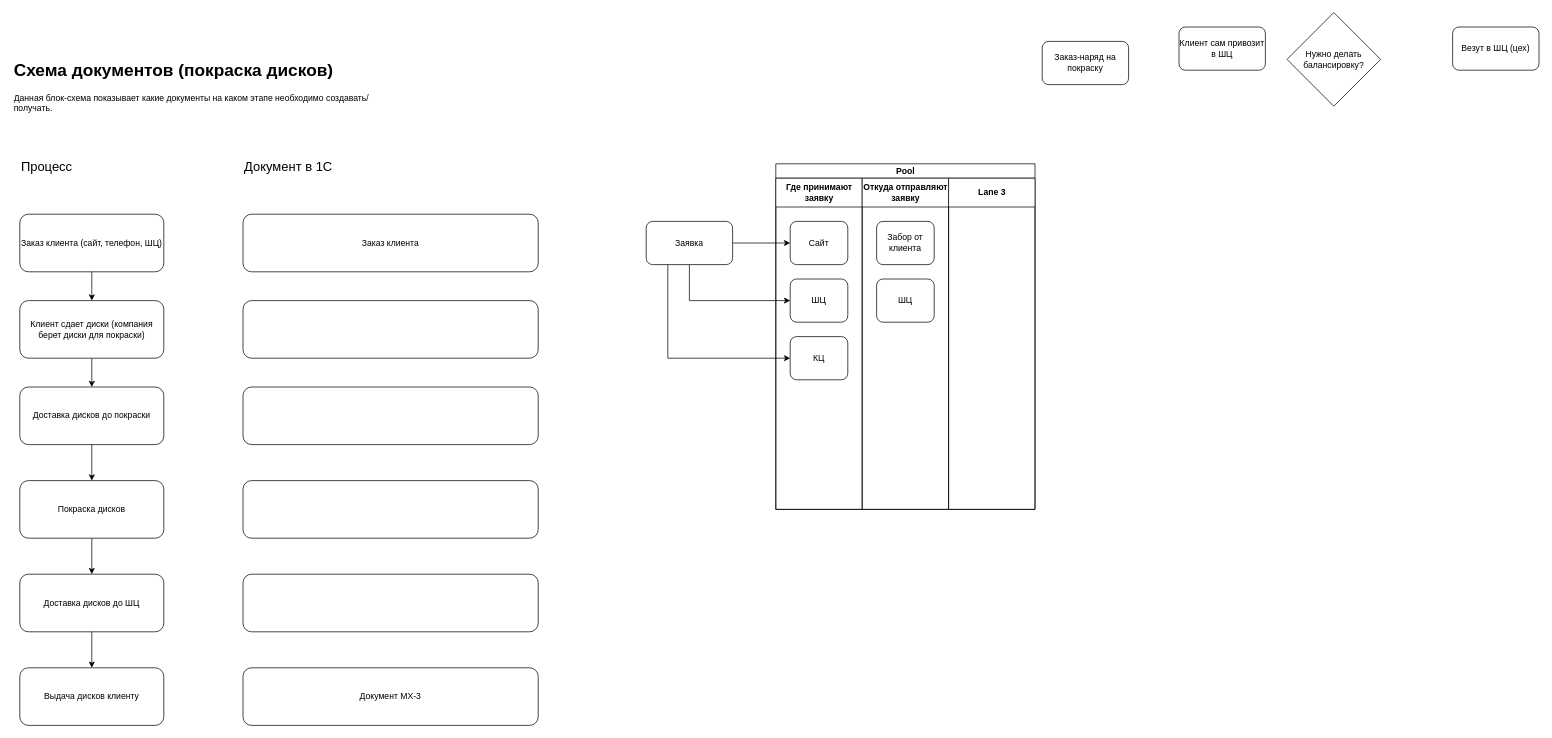
Above: Untitled Diagram.drawio in iLimberg/BlackTyres (draw.io), before the change. Source tidied: cells renumbered, new cells numbered last; positions are measured from the earlier drawing's top-left corner, leaving out a move shared by most shapes. Both pictures are drawn from the tidied source at 72%, with x=0, y=0 at pixel (12, 12).
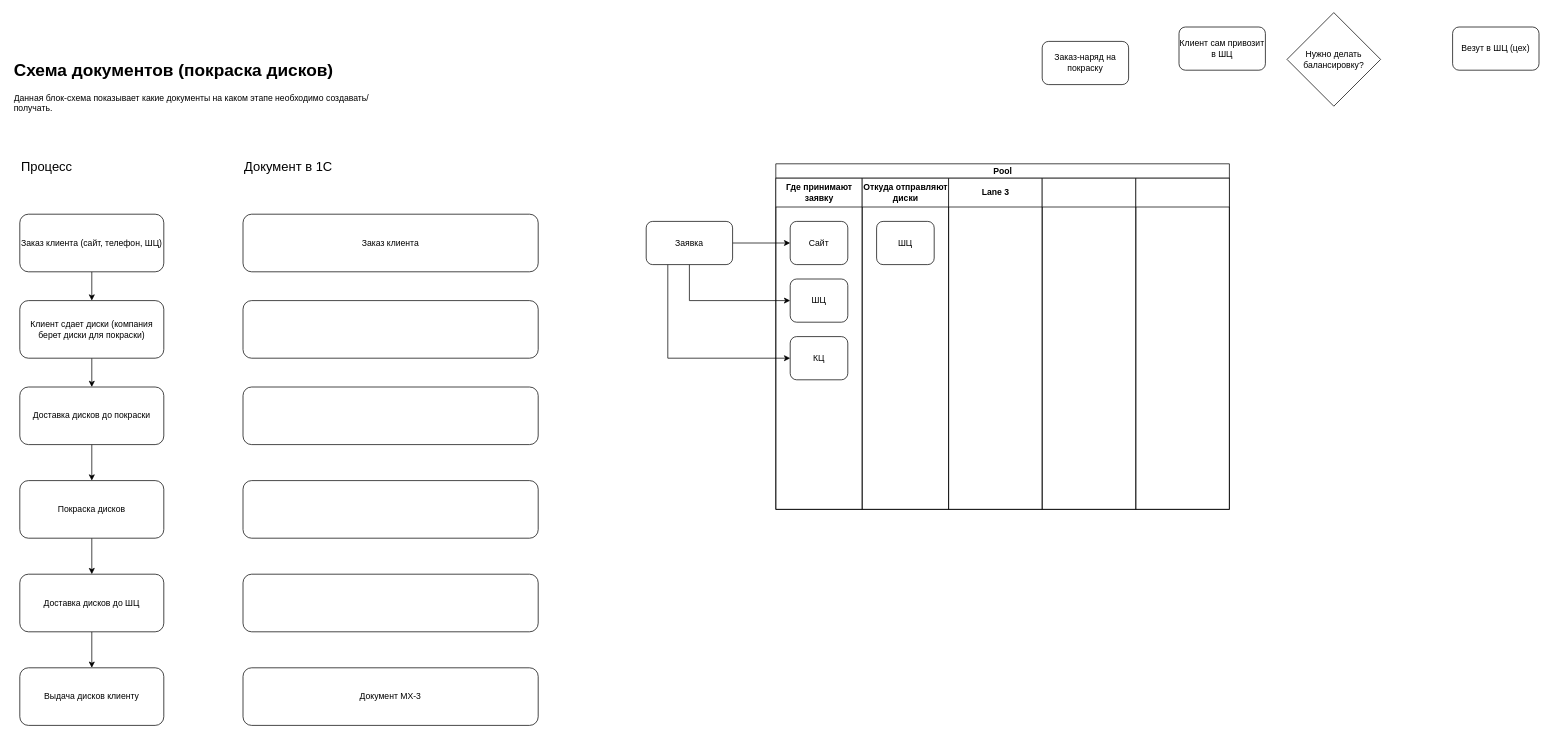
After the change.

Diff of the diagram source:
```diff
@@
     <mxCell id="29" value="Pool" style="swimlane;startSize=20;html=1;" parent="1" vertex="1">
-      <mxGeometry x="1060" y="210" width="360" height="480" as="geometry" />
+      <mxGeometry x="1060" y="210" width="630" height="480" as="geometry" />
     </mxCell>
@@
-    <mxCell id="34" value="Откуда отправляют&lt;div&gt;заявку&lt;/div&gt;" style="swimlane;startSize=40;html=1;" parent="29" vertex="1">
+    <mxCell id="34" value="Откуда отправляют&lt;div&gt;диски&lt;/div&gt;" style="swimlane;startSize=40;html=1;" parent="29" vertex="1">
       <mxGeometry x="120" y="20" width="120" height="460" as="geometry" />
     </mxCell>
-    <mxCell id="35" value="Забор от клиента" style="rounded=1;whiteSpace=wrap;html=1;" parent="34" vertex="1">
-      <mxGeometry x="20" y="60" width="80" height="60" as="geometry" />
-    </mxCell>
     <mxCell id="36" value="ШЦ" style="rounded=1;whiteSpace=wrap;html=1;" parent="34" vertex="1">
-      <mxGeometry x="20" y="140" width="80" height="60" as="geometry" />
+      <mxGeometry x="20" y="60" width="80" height="60" as="geometry" />
     </mxCell>
     <mxCell id="37" value="Lane 3" style="swimlane;startSize=40;html=1;" parent="29" vertex="1">
-      <mxGeometry x="240" y="20" width="120" height="460" as="geometry" />
+      <mxGeometry x="240" y="20" width="130" height="460" as="geometry" />
     </mxCell>
+    <mxCell id="39" style="swimlane;startSize=40;html=1;" parent="29" vertex="1">
+      <mxGeometry x="370" y="20" width="130" height="460" as="geometry" />
+    </mxCell>
+    <mxCell id="40" style="swimlane;startSize=40;html=1;" parent="29" vertex="1">
+      <mxGeometry x="500" y="20" width="130" height="460" as="geometry" />
+    </mxCell>
```
